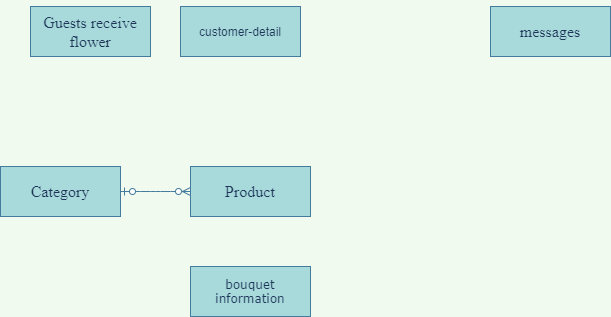
Earlier version of the draw.io export Untitled Diagram.png (maialino123/Eproject-SEM3). Source tidied: cells renumbered, new cells last; positions are measured from the earlier drawing's top-left corner, leaving out a move shared by most shapes.
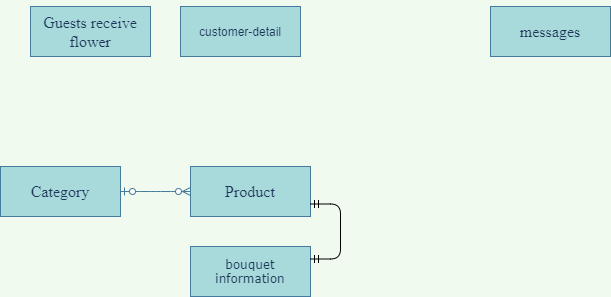
After the change.

The edit, as a diff of the source:
```diff
@@ -6,7 +6,7 @@
       <mxGeometry x="180" width="120" height="50" as="geometry" />
     </mxCell>
     <mxCell id="3" value="&lt;p class=&quot;MsoNormal&quot;&gt;&lt;span style=&quot;font-family: &amp;#34;verdana&amp;#34; , sans-serif&quot;&gt;bouquet&lt;br/&gt;information&lt;/span&gt;&lt;/p&gt;" style="whiteSpace=wrap;html=1;align=center;rounded=0;sketch=0;fontColor=#1D3557;strokeColor=#457B9D;fillColor=#A8DADC;" parent="1" vertex="1">
-      <mxGeometry x="190" y="260" width="120" height="50" as="geometry" />
+      <mxGeometry x="190" y="240" width="120" height="50" as="geometry" />
     </mxCell>
     <mxCell id="4" value="&lt;p class=&quot;MsoNormal&quot;&gt;&lt;span style=&quot;font-size: 12.0pt ; font-family: &amp;#34;times new roman&amp;#34; , serif&quot;&gt;messages&lt;/span&gt;&lt;span style=&quot;font-family: &amp;#34;verdana&amp;#34; , sans-serif&quot;&gt;&lt;br&gt;&lt;/span&gt;&lt;/p&gt;" style="whiteSpace=wrap;html=1;align=center;rounded=0;sketch=0;fontColor=#1D3557;strokeColor=#457B9D;fillColor=#A8DADC;" parent="1" vertex="1">
       <mxGeometry x="490" width="120" height="50" as="geometry" />
@@ -23,5 +23,8 @@
     <mxCell id="8" style="edgeStyle=entityRelationEdgeStyle;fontSize=12;html=1;endArrow=ERzeroToMany;startArrow=ERzeroToOne;fontColor=#1D3557;strokeColor=#457B9D;fillColor=#A8DADC;exitX=1;exitY=0.5;exitDx=0;exitDy=0;entryX=0;entryY=0.5;entryDx=0;entryDy=0;" parent="1" edge="1" source="6" target="7">
       <mxGeometry relative="1" as="geometry" />
     </mxCell>
+    <mxCell id="9" style="edgeStyle=entityRelationEdgeStyle;fontSize=12;html=1;endArrow=ERmandOne;startArrow=ERmandOne;fontColor=#1D3557;fillColor=#A8DADC;rounded=1;entryX=1;entryY=0.75;entryDx=0;entryDy=0;exitX=1;exitY=0.25;exitDx=0;exitDy=0;" parent="1" edge="1" source="3" target="7">
+      <mxGeometry relative="1" as="geometry" />
+    </mxCell>
   </root>
 </mxGraphModel>
```
